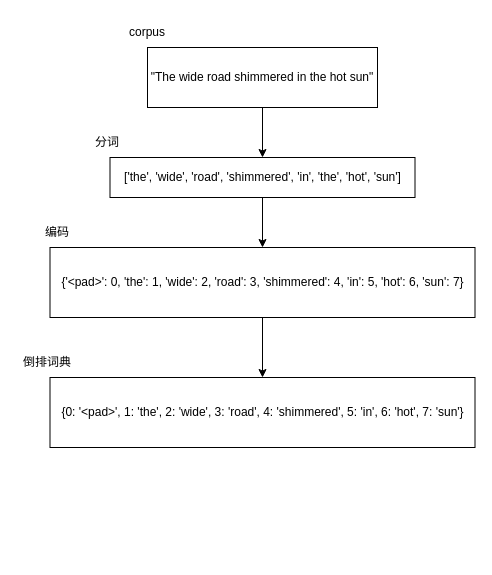
Before: skipgram.drawio in TzeSing/draw_io, a draw.io diagram. Source tidied: cells renumbered, new cells numbered last; positions are measured from the earlier drawing's top-left corner, leaving out a move shared by most shapes. Both pictures are drawn from the tidied source at 100%, with x=0, y=0 at pixel (17, 17).
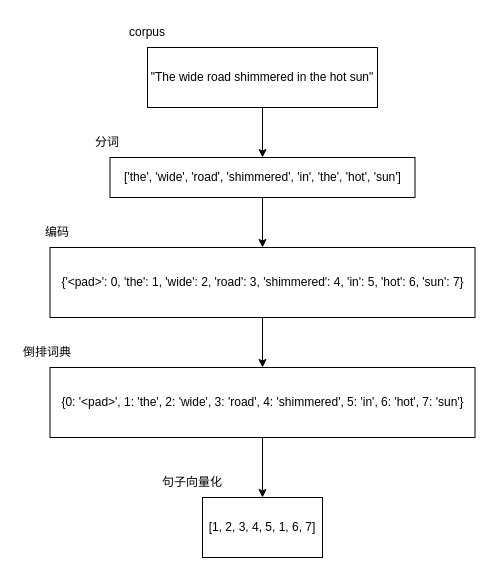
The same diagram, later.

Change to the diagram source:
```diff
@@
 <mxGraphModel>
   <root>
     <mxCell id="0" />
     <mxCell id="1" parent="0" />
     <mxCell id="2" style="edgeStyle=orthogonalEdgeStyle;rounded=0;jettySize=auto;html=1;exitX=0.5;exitY=1;exitDx=0;exitDy=0;" parent="1" edge="1" source="3" target="6">
       <mxGeometry relative="1" as="geometry" />
     </mxCell>
     <mxCell id="3" value="&quot;The wide road shimmered in the hot sun&quot;" style="rounded=0;whiteSpace=wrap;html=1;" parent="1" vertex="1">
       <mxGeometry x="130" y="30" width="230" height="60" as="geometry" />
     </mxCell>
     <mxCell id="4" value="corpus" style="text;html=1;strokeColor=none;fillColor=none;align=center;verticalAlign=middle;whiteSpace=wrap;rounded=0;" parent="1" vertex="1">
       <mxGeometry x="100" width="60" height="30" as="geometry" />
     </mxCell>
     <mxCell id="5" style="edgeStyle=orthogonalEdgeStyle;rounded=0;jettySize=auto;html=1;exitX=0.5;exitY=1;exitDx=0;exitDy=0;" parent="1" edge="1" source="6" target="9">
       <mxGeometry relative="1" as="geometry" />
     </mxCell>
     <mxCell id="6" value="['the', 'wide', 'road', 'shimmered', 'in', 'the', 'hot', 'sun']" style="rounded=0;whiteSpace=wrap;html=1;" parent="1" vertex="1">
       <mxGeometry x="92.5" y="140" width="305" height="40" as="geometry" />
     </mxCell>
     <mxCell id="7" value="分词" style="text;html=1;strokeColor=none;fillColor=none;align=center;verticalAlign=middle;whiteSpace=wrap;rounded=0;" parent="1" vertex="1">
       <mxGeometry x="60" y="110" width="60" height="30" as="geometry" />
     </mxCell>
     <mxCell id="8" style="edgeStyle=orthogonalEdgeStyle;rounded=0;jettySize=auto;html=1;exitX=0.5;exitY=1;exitDx=0;exitDy=0;entryX=0.5;entryY=0;entryDx=0;entryDy=0;" parent="1" edge="1" source="9" target="11">
       <mxGeometry relative="1" as="geometry" />
     </mxCell>
     <mxCell id="9" value="{'&amp;lt;pad&amp;gt;': 0, 'the': 1, 'wide': 2, 'road': 3, 'shimmered': 4, 'in': 5, 'hot': 6, 'sun': 7}" style="rounded=0;whiteSpace=wrap;html=1;" parent="1" vertex="1">
       <mxGeometry x="32.5" y="230" width="425" height="70" as="geometry" />
     </mxCell>
     <mxCell id="10" value="编码" style="text;html=1;strokeColor=none;fillColor=none;align=center;verticalAlign=middle;whiteSpace=wrap;rounded=0;" parent="1" vertex="1">
       <mxGeometry x="10" y="200" width="60" height="30" as="geometry" />
     </mxCell>
+    <mxCell id="13" style="edgeStyle=orthogonalEdgeStyle;rounded=0;jettySize=auto;html=1;exitX=0.5;exitY=1;exitDx=0;exitDy=0;entryX=0.5;entryY=0;entryDx=0;entryDy=0;" parent="1" edge="1" source="11" target="14">
+      <mxGeometry relative="1" as="geometry" />
+    </mxCell>
     <mxCell id="11" value="{0: '&amp;lt;pad&amp;gt;', 1: 'the', 2: 'wide', 3: 'road', 4: 'shimmered', 5: 'in', 6: 'hot', 7: 'sun'}" style="rounded=0;whiteSpace=wrap;html=1;" parent="1" vertex="1">
-      <mxGeometry x="32.5" y="360" width="425" height="70" as="geometry" />
+      <mxGeometry x="32.5" y="350" width="425" height="70" as="geometry" />
     </mxCell>
     <mxCell id="12" value="倒排词典" style="text;html=1;strokeColor=none;fillColor=none;align=center;verticalAlign=middle;whiteSpace=wrap;rounded=0;" parent="1" vertex="1">
-      <mxGeometry y="330" width="60" height="30" as="geometry" />
+      <mxGeometry y="320" width="60" height="30" as="geometry" />
     </mxCell>
+    <mxCell id="14" value="[1, 2, 3, 4, 5, 1, 6, 7]" style="rounded=0;whiteSpace=wrap;html=1;" parent="1" vertex="1">
+      <mxGeometry x="185" y="480" width="120" height="60" as="geometry" />
+    </mxCell>
+    <mxCell id="15" value="句子向量化" style="text;html=1;strokeColor=none;fillColor=none;align=center;verticalAlign=middle;whiteSpace=wrap;rounded=0;" parent="1" vertex="1">
+      <mxGeometry x="140" y="450" width="70" height="30" as="geometry" />
+    </mxCell>
   </root>
 </mxGraphModel>
```
